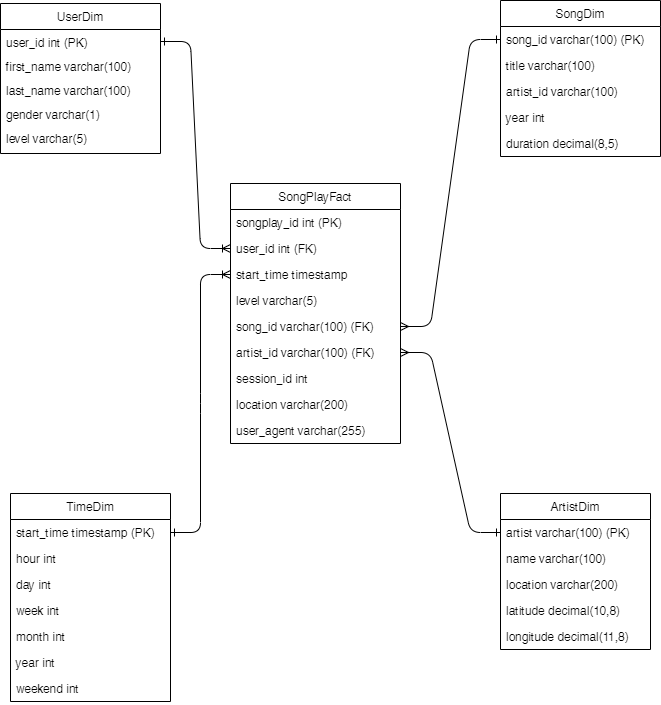
Earlier version of the draw.io export images/logical.png (AnalyticsEnthusiast/DataModelingWithPostgres). Source tidied: cells renumbered, new cells last; positions are measured from the earlier drawing's top-left corner, leaving out a move shared by most shapes. Source of this version:
```xml
<mxGraphModel>
  <root>
    <mxCell id="0" />
    <mxCell id="1" parent="0" />
    <mxCell id="2" value="UserDim" style="swimlane;fontStyle=0;horizontal=1;startSize=26;" parent="1" vertex="1">
      <mxGeometry y="3" width="160" height="150" as="geometry" />
    </mxCell>
    <mxCell id="3" value="user_id int (PK)" style="text;strokeColor=none;fillColor=none;align=left;verticalAlign=top;spacingLeft=4;spacingRight=4;overflow=hidden;points=[[0,0.5],[1,0.5]];portConstraint=eastwest;" parent="2" vertex="1">
      <mxGeometry y="26" width="160" height="24" as="geometry" />
    </mxCell>
    <mxCell id="4" value="first_name varchar(100)" style="text;strokeColor=none;fillColor=none;align=left;verticalAlign=top;spacingLeft=4;spacingRight=4;overflow=hidden;" parent="2" vertex="1">
      <mxGeometry y="50" width="160" height="24" as="geometry" />
    </mxCell>
    <mxCell id="5" value="last_name varchar(100)" style="text;strokeColor=none;fillColor=none;align=left;verticalAlign=top;spacingLeft=4;spacingRight=4;overflow=hidden;" parent="2" vertex="1">
      <mxGeometry y="74" width="160" height="24" as="geometry" />
    </mxCell>
    <mxCell id="6" value="gender varchar(1)" style="text;strokeColor=none;fillColor=none;align=left;verticalAlign=top;spacingLeft=4;spacingRight=4;overflow=hidden;" parent="2" vertex="1">
      <mxGeometry y="98" width="160" height="24" as="geometry" />
    </mxCell>
    <mxCell id="7" value="level varchar(5)" style="text;strokeColor=none;fillColor=none;align=left;verticalAlign=top;spacingLeft=4;spacingRight=4;overflow=hidden;" parent="2" vertex="1">
      <mxGeometry y="122" width="160" height="28" as="geometry" />
    </mxCell>
    <mxCell id="8" value="SongDim" style="swimlane;fontStyle=0;horizontal=1;startSize=26;" parent="1" vertex="1">
      <mxGeometry x="500" width="160" height="156" as="geometry" />
    </mxCell>
    <mxCell id="9" value="song_id varchar(100) (PK)" style="text;strokeColor=none;fillColor=none;align=left;verticalAlign=top;spacingLeft=4;spacingRight=4;overflow=hidden;points=[[0,0.5],[1,0.5]];portConstraint=eastwest;" parent="8" vertex="1">
      <mxGeometry y="26" width="160" height="26" as="geometry" />
    </mxCell>
    <mxCell id="10" value="title varchar(100)" style="text;strokeColor=none;fillColor=none;align=left;verticalAlign=top;spacingLeft=4;spacingRight=4;overflow=hidden;" parent="8" vertex="1">
      <mxGeometry y="52" width="160" height="26" as="geometry" />
    </mxCell>
    <mxCell id="11" value="artist_id varchar(100)" style="text;strokeColor=none;fillColor=none;align=left;verticalAlign=top;spacingLeft=4;spacingRight=4;overflow=hidden;" parent="8" vertex="1">
      <mxGeometry y="78" width="160" height="26" as="geometry" />
    </mxCell>
    <mxCell id="12" value="year int" style="text;strokeColor=none;fillColor=none;align=left;verticalAlign=top;spacingLeft=4;spacingRight=4;overflow=hidden;" parent="8" vertex="1">
      <mxGeometry y="104" width="160" height="26" as="geometry" />
    </mxCell>
    <mxCell id="13" value="duration decimal(8,5)" style="text;strokeColor=none;fillColor=none;align=left;verticalAlign=top;spacingLeft=4;spacingRight=4;overflow=hidden;" parent="8" vertex="1">
      <mxGeometry y="130" width="160" height="26" as="geometry" />
    </mxCell>
    <mxCell id="14" value="TimeDim" style="swimlane;fontStyle=0;horizontal=1;startSize=26;" parent="1" vertex="1">
      <mxGeometry x="10" y="493" width="160" height="208" as="geometry" />
    </mxCell>
    <mxCell id="15" value="start_time timestamp (PK)" style="text;strokeColor=none;fillColor=none;align=left;verticalAlign=top;spacingLeft=4;spacingRight=4;overflow=hidden;points=[[0,0.5],[1,0.5]];portConstraint=eastwest;" parent="14" vertex="1">
      <mxGeometry y="26" width="160" height="26" as="geometry" />
    </mxCell>
    <mxCell id="16" value="hour int" style="text;strokeColor=none;fillColor=none;align=left;verticalAlign=top;spacingLeft=4;spacingRight=4;overflow=hidden;" parent="14" vertex="1">
      <mxGeometry y="52" width="160" height="26" as="geometry" />
    </mxCell>
    <mxCell id="17" value="day int" style="text;strokeColor=none;fillColor=none;align=left;verticalAlign=top;spacingLeft=4;spacingRight=4;overflow=hidden;" parent="14" vertex="1">
      <mxGeometry y="78" width="160" height="26" as="geometry" />
    </mxCell>
    <mxCell id="18" value="week int" style="text;strokeColor=none;fillColor=none;align=left;verticalAlign=top;spacingLeft=4;spacingRight=4;overflow=hidden;" parent="14" vertex="1">
      <mxGeometry y="104" width="160" height="26" as="geometry" />
    </mxCell>
    <mxCell id="19" value="month int" style="text;strokeColor=none;fillColor=none;align=left;verticalAlign=top;spacingLeft=4;spacingRight=4;overflow=hidden;" parent="14" vertex="1">
      <mxGeometry y="130" width="160" height="26" as="geometry" />
    </mxCell>
    <mxCell id="20" value="year int" style="text;strokeColor=none;fillColor=none;align=left;verticalAlign=top;spacingLeft=4;spacingRight=4;overflow=hidden;" parent="14" vertex="1">
      <mxGeometry y="156" width="160" height="26" as="geometry" />
    </mxCell>
    <mxCell id="21" value="weekend int" style="text;strokeColor=none;fillColor=none;align=left;verticalAlign=top;spacingLeft=4;spacingRight=4;overflow=hidden;" parent="14" vertex="1">
      <mxGeometry y="182" width="160" height="26" as="geometry" />
    </mxCell>
    <mxCell id="22" value="ArtistDim" style="swimlane;fontStyle=0;horizontal=1;startSize=26;" parent="1" vertex="1">
      <mxGeometry x="500" y="493" width="150" height="156" as="geometry" />
    </mxCell>
    <mxCell id="23" value="artist varchar(100) (PK)" style="text;strokeColor=none;fillColor=none;align=left;verticalAlign=top;spacingLeft=4;spacingRight=4;overflow=hidden;points=[[0,0.5],[1,0.5]];portConstraint=eastwest;" parent="22" vertex="1">
      <mxGeometry y="26" width="150" height="26" as="geometry" />
    </mxCell>
    <mxCell id="24" value="name varchar(100)" style="text;strokeColor=none;fillColor=none;align=left;verticalAlign=top;spacingLeft=4;spacingRight=4;overflow=hidden;" parent="22" vertex="1">
      <mxGeometry y="52" width="150" height="26" as="geometry" />
    </mxCell>
    <mxCell id="25" value="location varchar(200)" style="text;strokeColor=none;fillColor=none;align=left;verticalAlign=top;spacingLeft=4;spacingRight=4;overflow=hidden;" parent="22" vertex="1">
      <mxGeometry y="78" width="150" height="26" as="geometry" />
    </mxCell>
    <mxCell id="26" value="latitude decimal(10,8)" style="text;strokeColor=none;fillColor=none;align=left;verticalAlign=top;spacingLeft=4;spacingRight=4;overflow=hidden;" parent="22" vertex="1">
      <mxGeometry y="104" width="150" height="26" as="geometry" />
    </mxCell>
    <mxCell id="27" value="longitude decimal(11,8)" style="text;strokeColor=none;fillColor=none;align=left;verticalAlign=top;spacingLeft=4;spacingRight=4;overflow=hidden;" parent="22" vertex="1">
      <mxGeometry y="130" width="150" height="26" as="geometry" />
    </mxCell>
    <mxCell id="28" value="SongPlayFact" style="swimlane;fontStyle=0;horizontal=1;startSize=26;" parent="1" vertex="1">
      <mxGeometry x="230" y="183" width="170" height="260" as="geometry" />
    </mxCell>
    <mxCell id="29" value="songplay_id int (PK)" style="text;strokeColor=none;fillColor=none;align=left;verticalAlign=top;spacingLeft=4;spacingRight=4;overflow=hidden;" parent="28" vertex="1">
      <mxGeometry y="26" width="170" height="26" as="geometry" />
    </mxCell>
    <mxCell id="30" value="user_id int (FK)" style="text;strokeColor=none;fillColor=none;align=left;verticalAlign=top;spacingLeft=4;spacingRight=4;overflow=hidden;points=[[0,0.5],[1,0.5]];portConstraint=eastwest;" parent="28" vertex="1">
      <mxGeometry y="52" width="170" height="26" as="geometry" />
    </mxCell>
    <mxCell id="31" value="start_time timestamp" style="text;strokeColor=none;fillColor=none;align=left;verticalAlign=top;spacingLeft=4;spacingRight=4;overflow=hidden;points=[[0,0.5],[1,0.5]];portConstraint=eastwest;" parent="28" vertex="1">
      <mxGeometry y="78" width="170" height="26" as="geometry" />
    </mxCell>
    <mxCell id="32" value="level varchar(5)" style="text;strokeColor=none;fillColor=none;align=left;verticalAlign=top;spacingLeft=4;spacingRight=4;overflow=hidden;" parent="28" vertex="1">
      <mxGeometry y="104" width="170" height="26" as="geometry" />
    </mxCell>
    <mxCell id="33" value="song_id varchar(100) (FK)" style="text;strokeColor=none;fillColor=none;align=left;verticalAlign=top;spacingLeft=4;spacingRight=4;overflow=hidden;points=[[0,0.5],[1,0.5]];portConstraint=eastwest;" parent="28" vertex="1">
      <mxGeometry y="130" width="170" height="26" as="geometry" />
    </mxCell>
    <mxCell id="34" value="artist_id varchar(100) (FK)" style="text;strokeColor=none;fillColor=none;align=left;verticalAlign=top;spacingLeft=4;spacingRight=4;overflow=hidden;points=[[0,0.5],[1,0.5]];portConstraint=eastwest;" parent="28" vertex="1">
      <mxGeometry y="156" width="170" height="26" as="geometry" />
    </mxCell>
    <mxCell id="35" value="session_id int" style="text;strokeColor=none;fillColor=none;align=left;verticalAlign=top;spacingLeft=4;spacingRight=4;overflow=hidden;" parent="28" vertex="1">
      <mxGeometry y="182" width="170" height="26" as="geometry" />
    </mxCell>
    <mxCell id="36" value="location varchar(200)" style="text;strokeColor=none;fillColor=none;align=left;verticalAlign=top;spacingLeft=4;spacingRight=4;overflow=hidden;" parent="28" vertex="1">
      <mxGeometry y="208" width="170" height="26" as="geometry" />
    </mxCell>
    <mxCell id="37" value="user_agent varchar(255)" style="text;strokeColor=none;fillColor=none;align=left;verticalAlign=top;spacingLeft=4;spacingRight=4;overflow=hidden;" parent="28" vertex="1">
      <mxGeometry y="234" width="170" height="26" as="geometry" />
    </mxCell>
    <mxCell id="38" style="edgeStyle=entityRelationEdgeStyle;fontSize=12;html=1;endArrow=ERoneToMany;fontColor=none;exitX=1;exitY=0.5;exitDx=0;exitDy=0;entryX=0;entryY=0.5;entryDx=0;entryDy=0;startArrow=ERone;startFill=0;" parent="1" edge="1" source="3" target="30">
      <mxGeometry relative="1" as="geometry" />
    </mxCell>
    <mxCell id="39" style="edgeStyle=entityRelationEdgeStyle;fontSize=12;html=1;endArrow=ERone;fontColor=none;startArrow=ERmany;startFill=0;endFill=0;entryX=0;entryY=0.5;entryDx=0;entryDy=0;exitX=1;exitY=0.5;exitDx=0;exitDy=0;" parent="1" edge="1" source="33" target="9">
      <mxGeometry relative="1" as="geometry" />
    </mxCell>
    <mxCell id="40" style="edgeStyle=entityRelationEdgeStyle;fontSize=12;html=1;endArrow=ERoneToMany;fontColor=none;exitX=1;exitY=0.5;exitDx=0;exitDy=0;entryX=0;entryY=0.5;entryDx=0;entryDy=0;startArrow=ERone;startFill=0;" parent="1" edge="1" source="15" target="31">
      <mxGeometry relative="1" as="geometry" />
    </mxCell>
    <mxCell id="41" style="edgeStyle=entityRelationEdgeStyle;fontSize=12;html=1;endArrow=ERone;fontColor=none;startArrow=ERmany;startFill=0;endFill=0;entryX=0;entryY=0.5;entryDx=0;entryDy=0;exitX=1;exitY=0.5;exitDx=0;exitDy=0;" parent="1" edge="1" source="34" target="23">
      <mxGeometry relative="1" as="geometry" />
    </mxCell>
  </root>
</mxGraphModel>
```
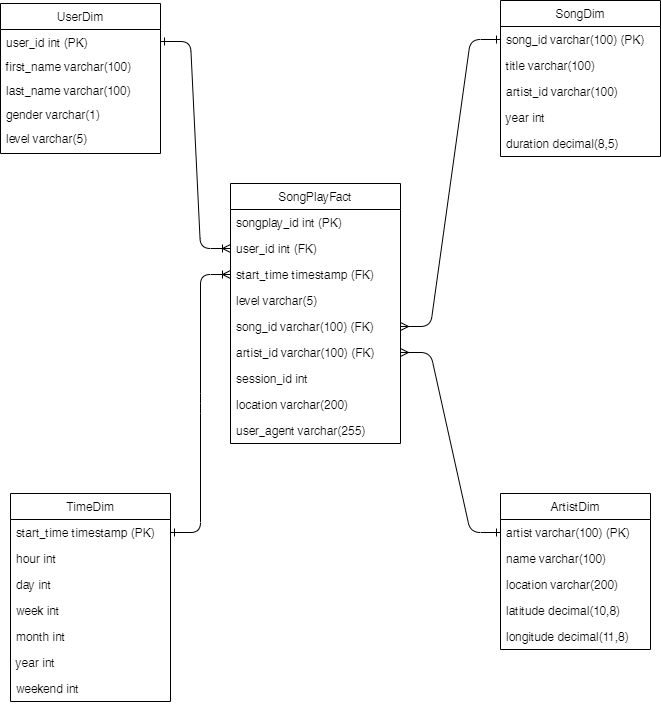
After the change.

The edit, as a diff of the source:
```diff
@@ -89,7 +89,7 @@
     <mxCell id="30" value="user_id int (FK)" style="text;strokeColor=none;fillColor=none;align=left;verticalAlign=top;spacingLeft=4;spacingRight=4;overflow=hidden;points=[[0,0.5],[1,0.5]];portConstraint=eastwest;" parent="28" vertex="1">
       <mxGeometry y="52" width="170" height="26" as="geometry" />
     </mxCell>
-    <mxCell id="31" value="start_time timestamp" style="text;strokeColor=none;fillColor=none;align=left;verticalAlign=top;spacingLeft=4;spacingRight=4;overflow=hidden;points=[[0,0.5],[1,0.5]];portConstraint=eastwest;" parent="28" vertex="1">
+    <mxCell id="31" value="start_time timestamp (FK)" style="text;strokeColor=none;fillColor=none;align=left;verticalAlign=top;spacingLeft=4;spacingRight=4;overflow=hidden;points=[[0,0.5],[1,0.5]];portConstraint=eastwest;" parent="28" vertex="1">
       <mxGeometry y="78" width="170" height="26" as="geometry" />
     </mxCell>
     <mxCell id="32" value="level varchar(5)" style="text;strokeColor=none;fillColor=none;align=left;verticalAlign=top;spacingLeft=4;spacingRight=4;overflow=hidden;" parent="28" vertex="1">
```
